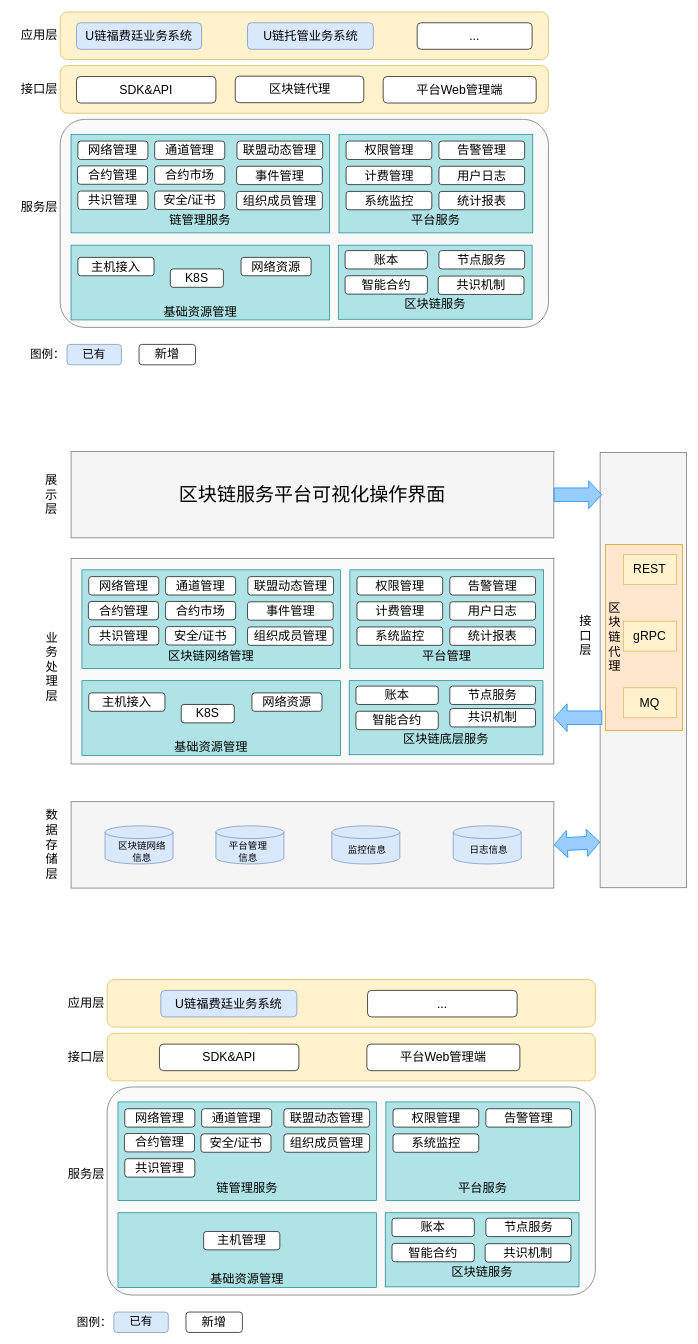
This is repository/drawio/postb/业务功能架构图1.drawio from dilide/collections, a draw.io file, before an edit. Source tidied: cells renumbered, new cells numbered last; positions are measured from the earlier drawing's top-left corner, leaving out a move shared by most shapes. Both pictures are drawn from the tidied source at 68%, with x=0, y=0 at pixel (12, 12).
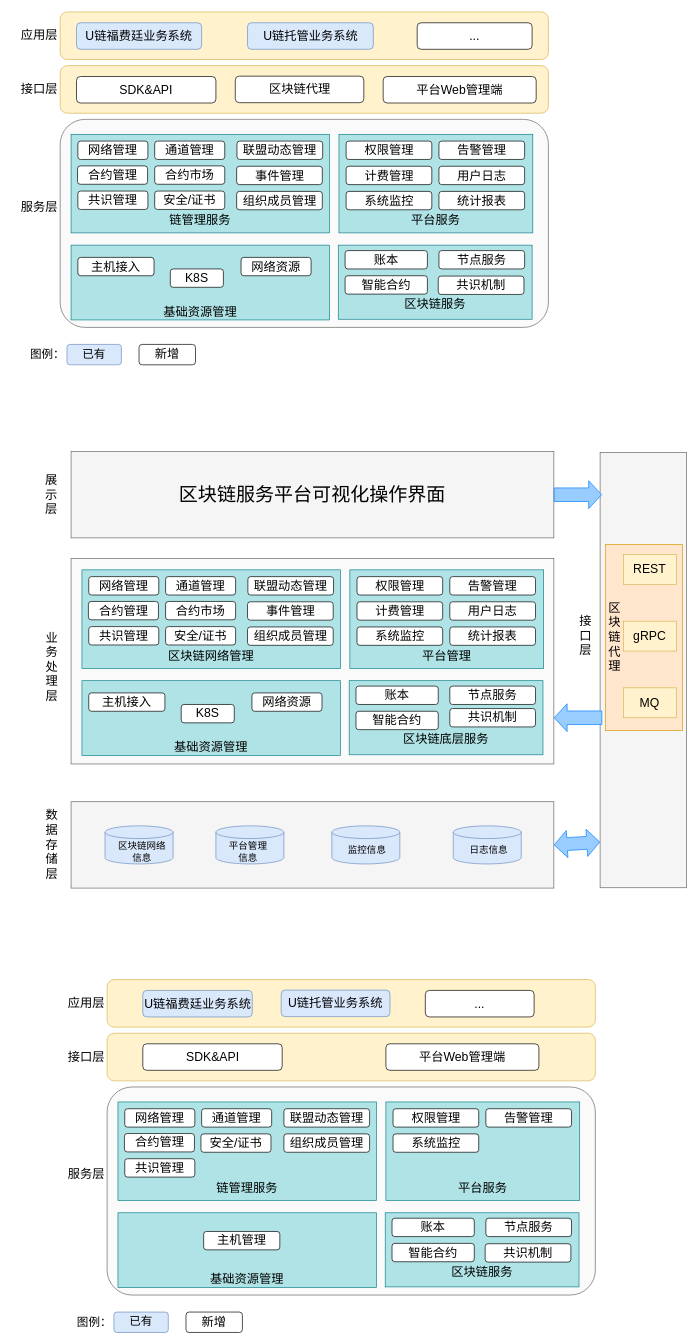
Above is the later version.

Commit message:
Update 业务功能架构图1.drawio

Change to the diagram source:
```diff
@@
     <mxCell id="97" value="SDK&amp;amp;API" style="rounded=1;whiteSpace=wrap;html=1;fontSize=18;" parent="1" vertex="1">
-      <mxGeometry x="217" y="1518" width="205" height="39" as="geometry" />
+      <mxGeometry x="192.5" y="1517.5" width="205" height="39" as="geometry" />
     </mxCell>
     <mxCell id="98" value="平台Web管理端" style="rounded=1;whiteSpace=wrap;html=1;fontSize=18;" parent="1" vertex="1">
-      <mxGeometry x="522" y="1518" width="225" height="39" as="geometry" />
+      <mxGeometry x="550" y="1517.5" width="225" height="39" as="geometry" />
     </mxCell>
     <mxCell id="99" value="U链福费廷业务系统" style="rounded=1;whiteSpace=wrap;html=1;fontSize=18;fillColor=#dae8fc;strokeColor=#6c8ebf;" parent="1" vertex="1">
-      <mxGeometry x="219" y="1439" width="200" height="39" as="geometry" />
+      <mxGeometry x="192.5" y="1439" width="161" height="39" as="geometry" />
     </mxCell>
     <mxCell id="100" value="..." style="rounded=1;whiteSpace=wrap;html=1;fontSize=18;" parent="1" vertex="1">
-      <mxGeometry x="523" y="1439" width="220" height="39" as="geometry" />
+      <mxGeometry x="608" y="1439" width="160" height="39" as="geometry" />
     </mxCell>
@@
+    <mxCell id="125" value="U链托管业务系统" style="rounded=1;whiteSpace=wrap;html=1;fontSize=18;fillColor=#dae8fc;strokeColor=#6c8ebf;" parent="1" vertex="1">
+      <mxGeometry x="396" y="1438.5" width="160" height="39" as="geometry" />
+    </mxCell>
```
